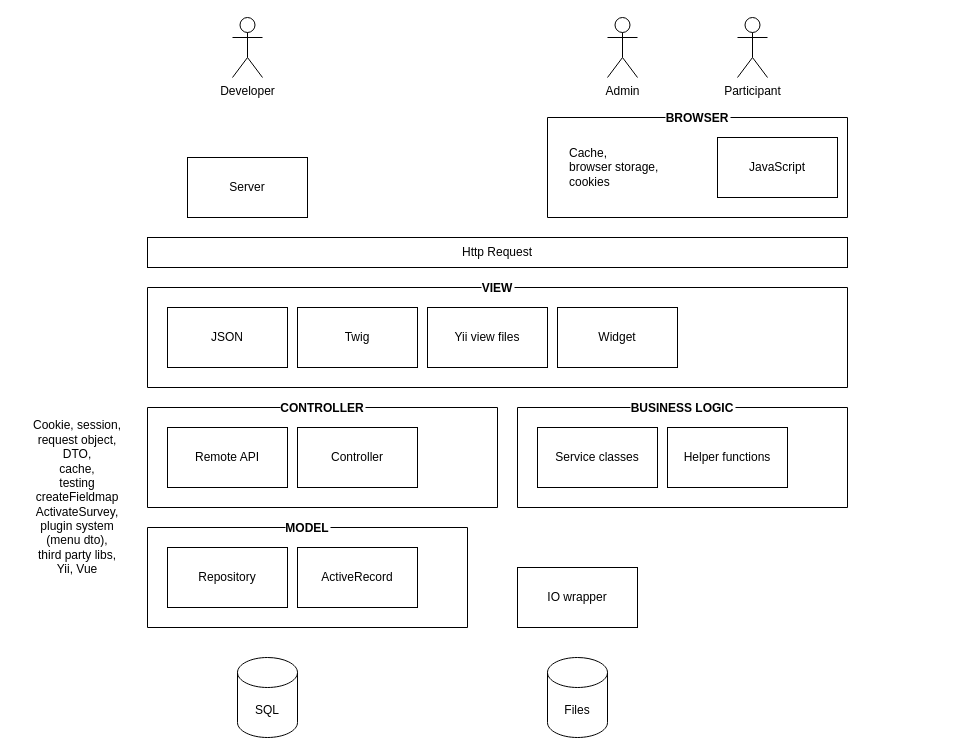
This is LS Arch.drawio from olleharstedt/diagrams.net, a draw.io file, before an edit. Source tidied: cells renumbered, new cells numbered last; positions are measured from the earlier drawing's top-left corner, leaving out a move shared by most shapes. Both pictures are drawn from the tidied source at 100%, with x=0, y=0 at pixel (17, 17).
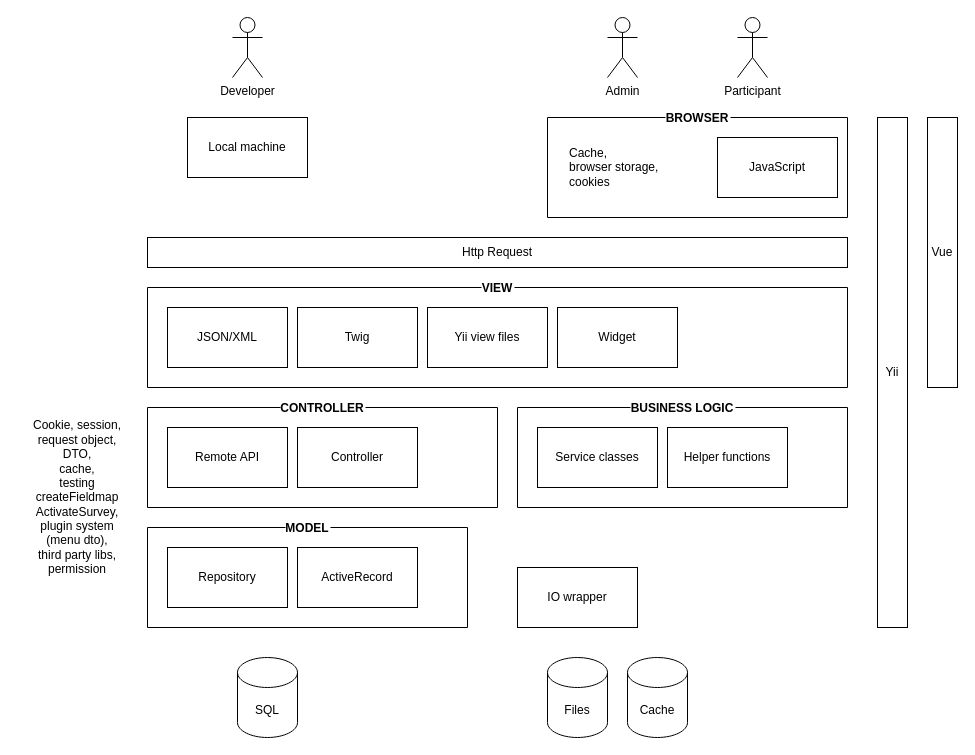
After the change.

Unchanged cells that the change refers to:
```xml
<mxCell id="10" value="VIEW" style="swimlane;startSize=0;swimlaneFillColor=none;swimlaneLine=1;rounded=0;shadow=0;sketch=0;labelBackgroundColor=#ffffff;" parent="1" vertex="1">
  <mxGeometry x="130" y="270" width="700" height="100" as="geometry" />
</mxCell>
```

Change to the diagram source:
```diff
@@
-    <mxCell id="9" value="&lt;div&gt;Cookie, session, request object,&lt;/div&gt;&lt;div&gt;DTO,&lt;/div&gt;&lt;div&gt;cache,&lt;/div&gt;&lt;div&gt;testing&lt;br&gt;&lt;/div&gt;&lt;div&gt;createFieldmap&lt;/div&gt;&lt;div&gt;ActivateSurvey,&lt;/div&gt;&lt;div&gt;plugin system&lt;/div&gt;&lt;div&gt;(menu dto),&lt;/div&gt;&lt;div&gt;third party libs,&lt;/div&gt;&lt;div&gt;Yii, Vue&lt;br&gt;&lt;/div&gt;" style="text;html=1;strokeColor=none;fillColor=none;align=center;verticalAlign=middle;whiteSpace=wrap;rounded=0;" parent="1" vertex="1">
+    <mxCell id="9" value="&lt;div&gt;Cookie, session, request object,&lt;/div&gt;&lt;div&gt;DTO,&lt;/div&gt;&lt;div&gt;cache,&lt;/div&gt;&lt;div&gt;testing&lt;br&gt;&lt;/div&gt;&lt;div&gt;createFieldmap&lt;/div&gt;&lt;div&gt;ActivateSurvey,&lt;/div&gt;&lt;div&gt;plugin system&lt;/div&gt;&lt;div&gt;(menu dto),&lt;/div&gt;&lt;div&gt;third party libs,&lt;/div&gt;&lt;div&gt;permission&lt;br&gt;&lt;/div&gt;" style="text;html=1;strokeColor=none;fillColor=none;align=center;verticalAlign=middle;whiteSpace=wrap;rounded=0;" parent="1" vertex="1">
       <mxGeometry y="470" width="120" height="20" as="geometry" />
     </mxCell>
@@
-    <mxCell id="11" value="JSON" style="rounded=0;whiteSpace=wrap;html=1;" parent="10" vertex="1">
+    <mxCell id="11" value="JSON/XML" style="rounded=0;whiteSpace=wrap;html=1;" parent="10" vertex="1">
       <mxGeometry x="20" y="20" width="120" height="60" as="geometry" />
     </mxCell>
@@
-    <mxCell id="15" value="Server" style="rounded=0;whiteSpace=wrap;html=1;" parent="1" vertex="1">
-      <mxGeometry x="170" y="140" width="120" height="60" as="geometry" />
+    <mxCell id="15" value="Local machine" style="rounded=0;whiteSpace=wrap;html=1;" parent="1" vertex="1">
+      <mxGeometry x="170" y="100" width="120" height="60" as="geometry" />
     </mxCell>
@@
+    <mxCell id="28" value="Cache" style="shape=cylinder3;whiteSpace=wrap;html=1;boundedLbl=1;backgroundOutline=1;size=15;" parent="1" vertex="1">
+      <mxGeometry x="610" y="640" width="60" height="80" as="geometry" />
+    </mxCell>
+    <mxCell id="29" value="Yii" style="rounded=0;whiteSpace=wrap;html=1;direction=south;" parent="1" vertex="1">
+      <mxGeometry x="860" y="100" width="30" height="510" as="geometry" />
+    </mxCell>
+    <mxCell id="30" value="Vue" style="rounded=0;whiteSpace=wrap;html=1;direction=south;" parent="1" vertex="1">
+      <mxGeometry x="910" y="100" width="30" height="270" as="geometry" />
+    </mxCell>
```
